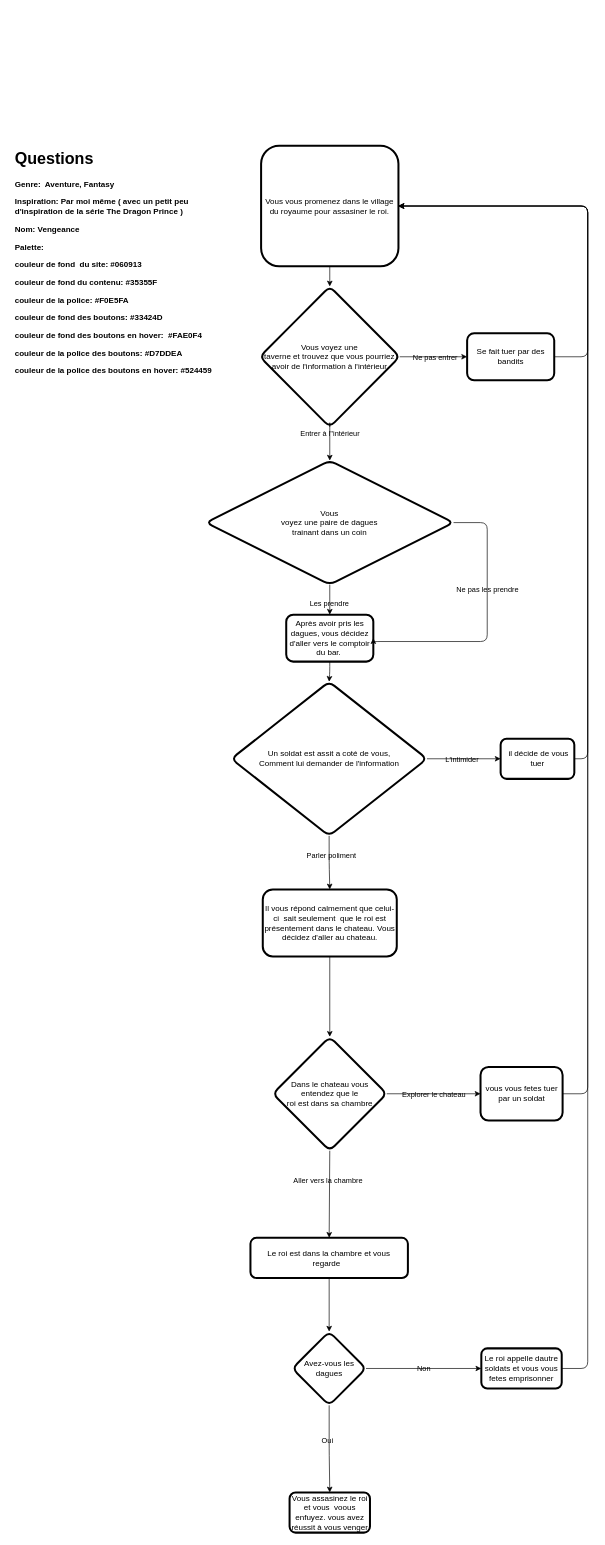
MaikHamel/histoire-dont-vous-etes-le-hero.github.io keeps this draw.io diagram as schemat.drawio. Above is the earlier version. Source tidied: cells renumbered, new cells numbered last; positions are measured from the earlier drawing's top-left corner, leaving out a move shared by most shapes. Both pictures are drawn from the tidied source at 67%, with x=0, y=0 at pixel (11, 145).
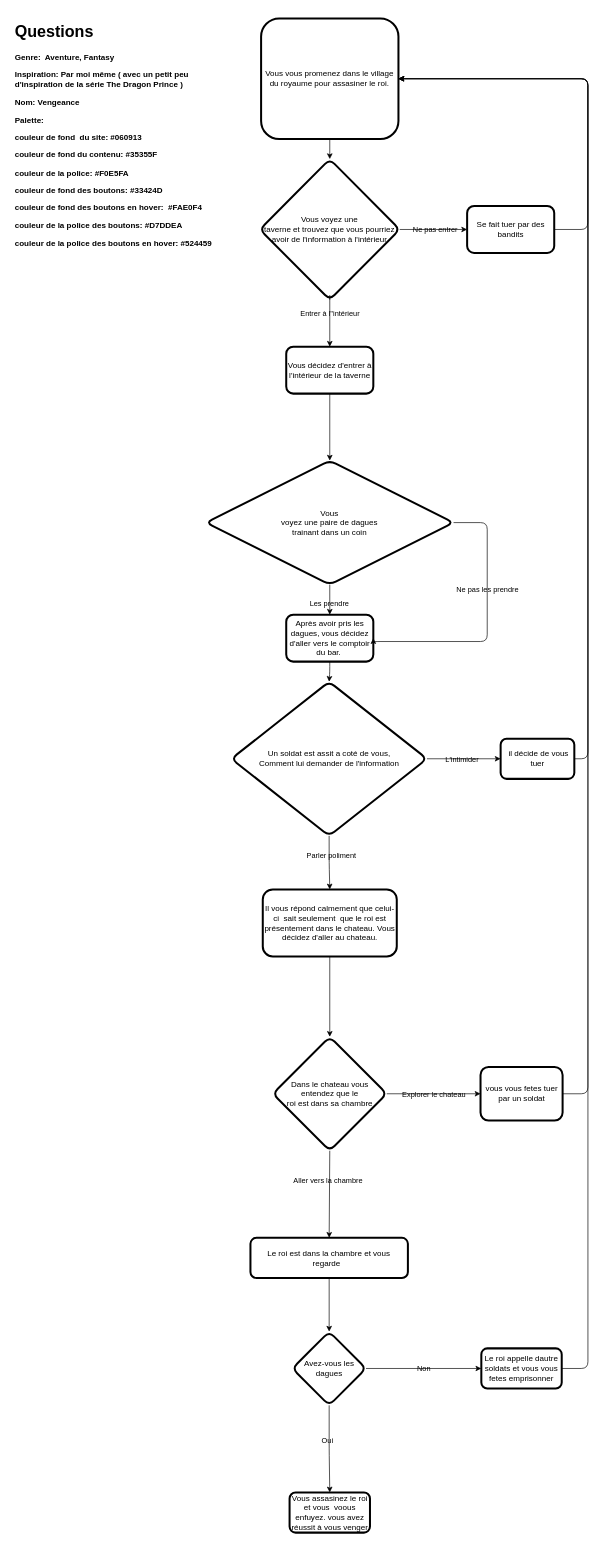
Above is the later version.

Unchanged cells that the change refers to:
```xml
<mxCell id="25" value="&amp;nbsp;il décide de vous tuer" style="rounded=1;whiteSpace=wrap;html=1;labelBorderColor=none;labelBackgroundColor=none;fillColor=none;fontColor=#000000;strokeColor=#000000;strokeWidth=3;" parent="1" vertex="1">
  <mxGeometry x="729.7" y="885" width="110" height="60" as="geometry" />
</mxCell>
<mxCell id="27" value="vous vous fetes tuer par un soldat" style="rounded=1;whiteSpace=wrap;html=1;labelBorderColor=none;labelBackgroundColor=none;fillColor=none;fontColor=#000000;strokeColor=#000000;strokeWidth=3;" parent="1" vertex="1">
  <mxGeometry x="699.7" y="1375" width="122.5" height="80" as="geometry" />
</mxCell>
<mxCell id="40" value="Le roi appelle dautre soldats et vous vous fetes emprisonner" style="rounded=1;whiteSpace=wrap;html=1;labelBorderColor=none;labelBackgroundColor=none;fillColor=none;fontColor=#000000;strokeColor=#000000;strokeWidth=3;" parent="1" vertex="1">
  <mxGeometry x="700.9" y="1795" width="120" height="60" as="geometry" />
</mxCell>
<mxCell id="42" value="&lt;font style=&quot;&quot;&gt;&lt;font style=&quot;font-size: 12px;&quot;&gt;Vous &lt;br&gt;voyez une paire de dagues &lt;br&gt;trainant dans un coin&lt;/font&gt;&lt;br&gt;&lt;/font&gt;" style="rhombus;whiteSpace=wrap;html=1;rounded=1;labelBorderColor=none;labelBackgroundColor=none;fillColor=none;fontColor=#000000;strokeColor=#000000;strokeWidth=3;" parent="1" vertex="1">
  <mxGeometry x="290" y="470" width="369.4" height="185" as="geometry" />
</mxCell>
```

The edit, as a diff of the source:
```diff
@@
     <mxCell id="3" value="Vous vous promenez dans le village du royaume pour assasiner le roi." style="rounded=1;whiteSpace=wrap;html=1;labelBorderColor=none;labelBackgroundColor=none;fillColor=none;fontColor=#000000;strokeColor=#000000;strokeWidth=3;" parent="1" vertex="1">
-      <mxGeometry x="372.2" width="205" height="180" as="geometry" />
+      <mxGeometry x="372.2" y="-190" width="205" height="180" as="geometry" />
     </mxCell>
-    <mxCell id="4" style="edgeStyle=none;html=1;exitX=0.5;exitY=1;exitDx=0;exitDy=0;entryX=0.5;entryY=0;entryDx=0;entryDy=0;strokeColor=#000000;" parent="1" edge="1" source="8" target="42">
+    <mxCell id="4" style="edgeStyle=none;html=1;exitX=0.5;exitY=1;exitDx=0;exitDy=0;entryX=0.5;entryY=0;entryDx=0;entryDy=0;strokeColor=#000000;" parent="1" edge="1" source="8" target="45">
       <mxGeometry relative="1" as="geometry">
         <Array as="points">
-          <mxPoint x="474.7" y="410" />
+          <mxPoint x="474.7" y="220" />
         </Array>
       </mxGeometry>
     </mxCell>
@@
     <mxCell id="8" value="Vous voyez une &lt;br&gt;taverne et trouvez que vous pourriez avoir de l'information à l'intérieur" style="rhombus;whiteSpace=wrap;html=1;rounded=1;labelBorderColor=none;labelBackgroundColor=none;fillColor=none;fontColor=#000000;strokeColor=#000000;strokeWidth=3;" parent="1" vertex="1">
-      <mxGeometry x="370.3" y="210" width="208.8" height="210" as="geometry" />
+      <mxGeometry x="370.3" y="20" width="208.8" height="210" as="geometry" />
     </mxCell>
@@
     <mxCell id="13" style="edgeStyle=orthogonalEdgeStyle;html=1;exitX=1;exitY=0.5;exitDx=0;exitDy=0;entryX=1;entryY=0.5;entryDx=0;entryDy=0;strokeColor=#000000;" parent="1" edge="1" source="14" target="3">
       <mxGeometry relative="1" as="geometry">
         <Array as="points">
-          <mxPoint x="859.7" y="315" />
-          <mxPoint x="859.7" y="90" />
+          <mxPoint x="859.7" y="125" />
+          <mxPoint x="859.7" y="-100" />
         </Array>
       </mxGeometry>
     </mxCell>
     <mxCell id="14" value="Se fait tuer par des bandits" style="rounded=1;whiteSpace=wrap;html=1;labelBorderColor=none;labelBackgroundColor=none;fillColor=none;fontColor=#000000;strokeColor=#000000;strokeWidth=3;" parent="1" vertex="1">
-      <mxGeometry x="679.7" y="280" width="130" height="70" as="geometry" />
+      <mxGeometry x="679.7" y="90" width="130" height="70" as="geometry" />
     </mxCell>
@@
     <mxCell id="24" style="edgeStyle=orthogonalEdgeStyle;html=1;exitX=1;exitY=0.5;exitDx=0;exitDy=0;entryX=1;entryY=0.5;entryDx=0;entryDy=0;strokeColor=#000000;" parent="1" edge="1" source="25" target="3">
       <mxGeometry relative="1" as="geometry">
         <Array as="points">
-          <mxPoint x="859.7" y="915" />
-          <mxPoint x="859.7" y="90" />
+          <mxPoint x="860" y="915" />
+          <mxPoint x="860" y="-100" />
         </Array>
       </mxGeometry>
     </mxCell>
@@
     <mxCell id="26" style="edgeStyle=orthogonalEdgeStyle;html=1;exitX=1;exitY=0.5;exitDx=0;exitDy=0;entryX=1;entryY=0.5;entryDx=0;entryDy=0;strokeColor=#000000;" parent="1" edge="1" source="27" target="3">
       <mxGeometry relative="1" as="geometry">
         <Array as="points">
-          <mxPoint x="859.7" y="1415" />
-          <mxPoint x="859.7" y="90" />
+          <mxPoint x="860" y="1415" />
+          <mxPoint x="860" y="-100" />
         </Array>
       </mxGeometry>
     </mxCell>
@@
     <mxCell id="39" style="edgeStyle=orthogonalEdgeStyle;html=1;exitX=1;exitY=0.5;exitDx=0;exitDy=0;entryX=1;entryY=0.5;entryDx=0;entryDy=0;fontColor=#000000;strokeColor=#000000;" parent="1" edge="1" source="40" target="3">
       <mxGeometry relative="1" as="geometry">
         <Array as="points">
-          <mxPoint x="859.7" y="1825" />
-          <mxPoint x="859.7" y="90" />
+          <mxPoint x="860" y="1825" />
+          <mxPoint x="860" y="-100" />
         </Array>
       </mxGeometry>
     </mxCell>
@@
     <mxCell id="43" value="&lt;h1&gt;Questions&lt;/h1&gt;&lt;p&gt;&lt;b&gt;Genre:&amp;nbsp; Aventure, Fantasy&lt;/b&gt;&lt;/p&gt;&lt;p&gt;&lt;b&gt;Inspiration: Par moi même ( avec un petit peu d'inspiration de la série The Dragon Prince )&lt;/b&gt;&lt;b&gt;&lt;br&gt;&lt;/b&gt;&lt;/p&gt;&lt;p&gt;&lt;b&gt;Nom: Vengeance&lt;/b&gt;&lt;b&gt;&lt;br&gt;&lt;/b&gt;&lt;/p&gt;&lt;p&gt;&lt;b&gt;Palette:&amp;nbsp;&lt;/b&gt;&lt;b&gt;&lt;br&gt;&lt;/b&gt;&lt;/p&gt;&lt;p&gt;&lt;b&gt;couleur de fond&amp;nbsp; du site: #060913&lt;/b&gt;&lt;/p&gt;&lt;p&gt;&lt;b&gt;couleur de fond du contenu: #35355F&lt;/b&gt;&lt;/p&gt;&lt;p&gt;&lt;b&gt;couleur de la police: #F0E5FA&lt;/b&gt;&lt;/p&gt;&lt;p&gt;&lt;b&gt;couleur de fond des boutons: #33424D&lt;/b&gt;&lt;/p&gt;&lt;p&gt;&lt;b&gt;couleur de fond des boutons en hover:&amp;nbsp; #FAE0F4&lt;/b&gt;&lt;/p&gt;&lt;p&gt;&lt;b&gt;couleur de la police des boutons: #D7DDEA&lt;/b&gt;&lt;/p&gt;&lt;p&gt;&lt;b&gt;couleur de la police des boutons en hover: #524459&lt;/b&gt;&lt;/p&gt;&lt;br&gt;&lt;p&gt;&lt;b&gt;&lt;br&gt;&lt;/b&gt;&lt;/p&gt;" style="text;html=1;strokeColor=none;fillColor=none;spacing=5;spacingTop=-20;whiteSpace=wrap;overflow=hidden;rounded=0;fontColor=#000000;" parent="1" vertex="1">
-      <mxGeometry width="320" height="380" as="geometry" />
+      <mxGeometry y="-190" width="320" height="380" as="geometry" />
     </mxCell>
+    <mxCell id="44" style="edgeStyle=none;html=1;exitX=0.5;exitY=1;exitDx=0;exitDy=0;entryX=0.5;entryY=0;entryDx=0;entryDy=0;strokeColor=#000000;" parent="1" edge="1" source="45" target="42">
+      <mxGeometry relative="1" as="geometry" />
+    </mxCell>
+    <mxCell id="45" value="Vous décidez d'entrer à l'intérieur de la taverne" style="rounded=1;whiteSpace=wrap;html=1;labelBorderColor=none;labelBackgroundColor=none;fillColor=none;fontColor=#000000;strokeColor=#000000;strokeWidth=3;" parent="1" vertex="1">
+      <mxGeometry x="409.7" y="300" width="130" height="70" as="geometry" />
+    </mxCell>
```
